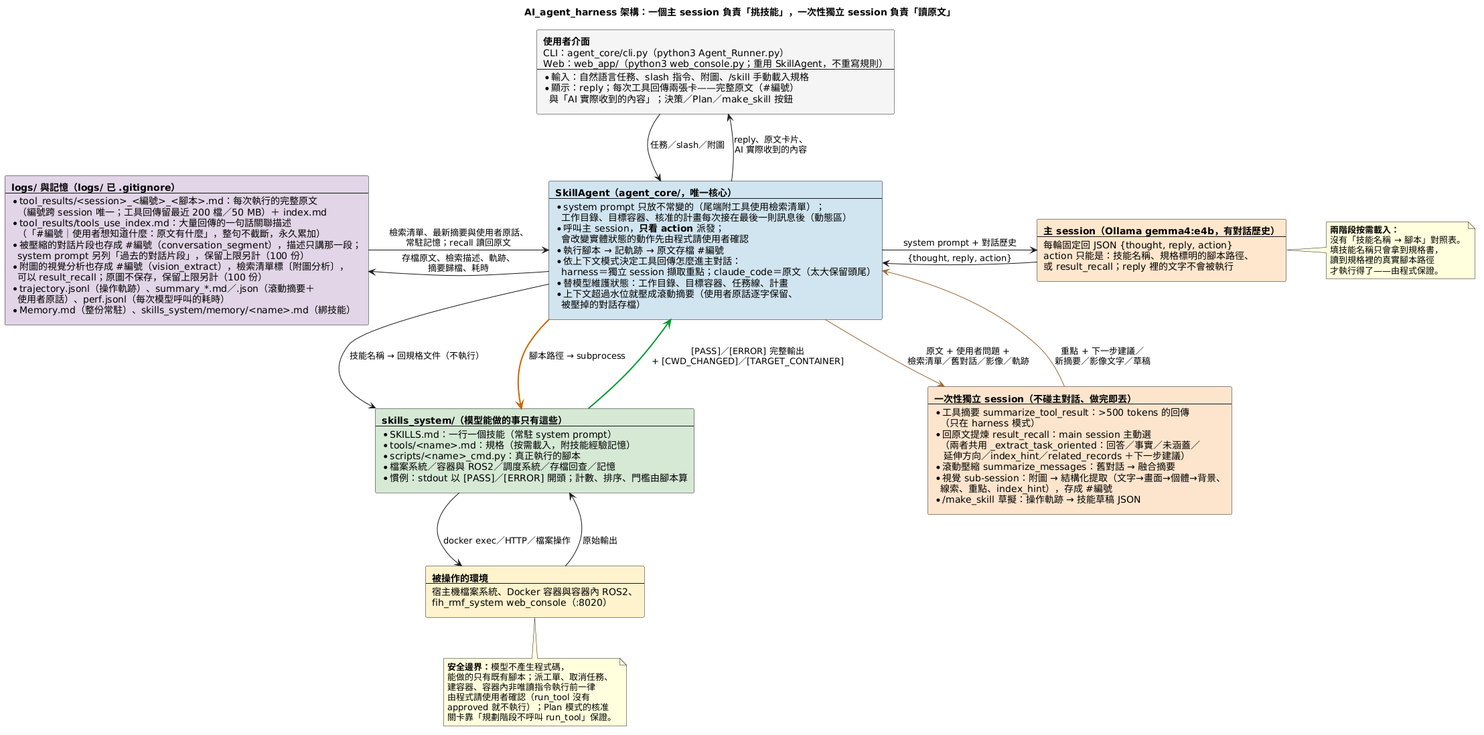
The PlantUML diagram doc/images/AI_agent_harness的說明.png in DavidZox/AI_agent_harness, before a commit.
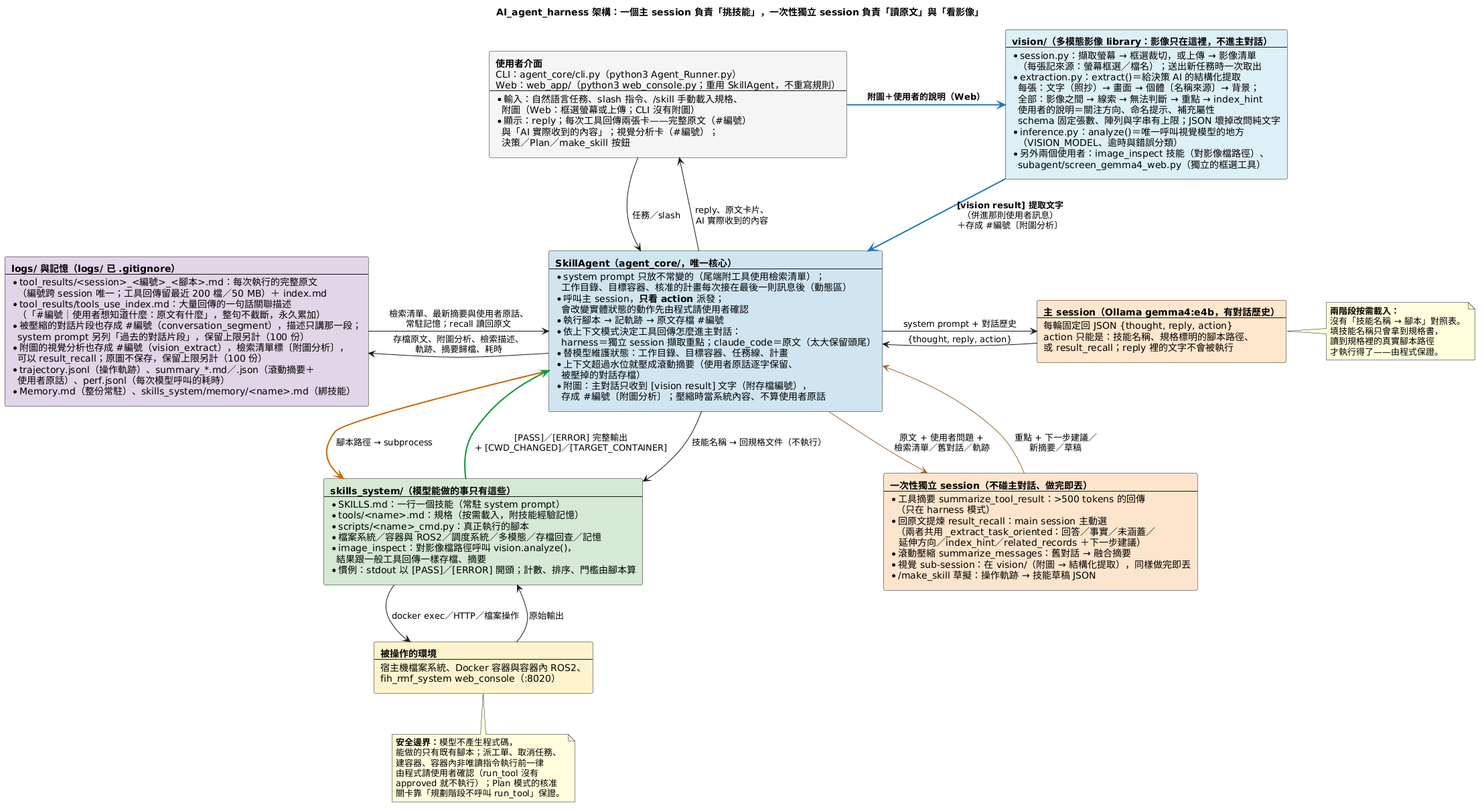
After the change.

The edit, as a diff of the source:
```diff
@@ -5,16 +5,34 @@
 skinparam shadowing false
 skinparam defaultFontName "Microsoft JhengHei"
 
-title AI_agent_harness 架構：一個主 session 負責「挑技能」，一次性獨立 session 負責「讀原文」
+title AI_agent_harness 架構：一個主 session 負責「挑技能」，一次性獨立 session 負責「讀原文」與「看影像」
 
 rectangle NodeUser #F5F5F5 [
   **使用者介面**
   CLI：agent_core/cli.py（python3 Agent_Runner.py）
   Web：web_app/（python3 web_console.py；重用 SkillAgent，不重寫規則）
   ----
-  * 輸入：自然語言任務、slash 指令、附圖、/skill 手動載入規格
+  * 輸入：自然語言任務、slash 指令、/skill 手動載入規格、
+    附圖（Web：框選螢幕或上傳；CLI 沒有附圖）
   * 顯示：reply；每次工具回傳兩張卡——完整原文（#編號）
-    與「AI 實際收到的內容」；決策／Plan／make_skill 按鈕
+    與「AI 實際收到的內容」；視覺分析卡（#編號）；
+    決策／Plan／make_skill 按鈕
+]
+
+rectangle NodeVision #DDEEF6 [
+  **vision/（多模態影像 library：影像只在這裡，不進主對話）**
+  ----
+  * session.py：擷取螢幕 → 框選裁切，或上傳 → 影像清單
+    （每張記來源：螢幕框選／檔名）；送出新任務時一次取出
+  * extraction.py：extract()＝給決策 AI 的結構化提取
+    每張：文字（照抄）→ 畫面 → 個體〔名稱來源〕→ 背景；
+    全部：影像之間 → 線索 → 無法判斷 → 重點 → index_hint
+    使用者的說明＝關注方向、命名提示、補充屬性
+    schema 固定張數、陣列與字串有上限；JSON 壞掉改問純文字
+  * inference.py：analyze()＝唯一呼叫視覺模型的地方
+    （VISION_MODEL、逾時與錯誤分類）
+  * 另外兩個使用者：image_inspect 技能（對影像檔路徑）、
+    subagent/screen_gemma4_web.py（獨立的框選工具）
 ]
 
 rectangle NodeAgent #D1E5F0 [
@@ -30,6 +48,8 @@
   * 替模型維護狀態：工作目錄、目標容器、任務線、計畫
   * 上下文超過水位就壓成滾動摘要（使用者原話逐字保留、
     被壓掉的對話存檔）
+  * 附圖：主對話只收到 [vision result] 文字（附存檔編號），
+    存成 #編號〔附圖分析〕；壓縮時當系統內容、不算使用者原話
 ]
 
 rectangle NodeLLM #FFE6CC [
@@ -49,8 +69,7 @@
     （兩者共用 _extract_task_oriented：回答／事實／未涵蓋／
      延伸方向／index_hint／related_records ＋下一步建議）
   * 滾動壓縮 summarize_messages：舊對話 → 融合摘要
-  * 視覺 sub-session：附圖 → 結構化提取（文字→畫面→個體→背景、
-    線索、重點、index_hint），存成 #編號
+  * 視覺 sub-session：在 vision/（附圖 → 結構化提取），同樣做完即丟
   * /make_skill 草擬：操作軌跡 → 技能草稿 JSON
 ]
 
@@ -60,7 +79,9 @@
   * SKILLS.md：一行一個技能（常駐 system prompt）
   * tools/<name>.md：規格（按需載入，附技能經驗記憶）
   * scripts/<name>_cmd.py：真正執行的腳本
-  * 檔案系統／容器與 ROS2／調度系統／存檔回查／記憶
+  * 檔案系統／容器與 ROS2／調度系統／多模態／存檔回查／記憶
+  * image_inspect：對影像檔路徑呼叫 vision.analyze()，
+    結果跟一般工具回傳一樣存檔、摘要
   * 慣例：stdout 以 [PASS]／[ERROR] 開頭；計數、排序、門檻由腳本算
 ]
 
@@ -87,20 +108,23 @@
   * Memory.md（整份常駐）、skills_system/memory/<name>.md（綁技能）
 ]
 
-NodeUser -down-> NodeAgent : 任務／slash／附圖
+NodeUser -down-> NodeAgent : 任務／slash
 NodeAgent -up-> NodeUser : reply、原文卡片、\nAI 實際收到的內容
 NodeAgent -right-> NodeLLM : system prompt + 對話歷史
 NodeLLM -left-> NodeAgent : {thought, reply, action}
-NodeAgent -[#996633]right-> NodeSub : 原文 + 使用者問題 +\n檢索清單／舊對話／影像／軌跡
-NodeSub -[#996633]left-> NodeAgent : 重點 + 下一步建議／\n新摘要／影像文字／草稿
+NodeAgent -[#996633]right-> NodeSub : 原文 + 使用者問題 +\n檢索清單／舊對話／軌跡
+NodeSub -[#996633]left-> NodeAgent : 重點 + 下一步建議／\n新摘要／草稿
+NodeUser -[#1F77B4,bold]right-> NodeVision : **附圖＋使用者的說明（Web）**
+NodeVision -[#1F77B4,bold]down-> NodeAgent : **[vision result] 提取文字**\n（併進那則使用者訊息）\n＋存成 #編號〔附圖分析〕
 NodeAgent -down-> NodeSkills : 技能名稱 → 回規格文件（不執行）
 NodeAgent -[#CC6600,bold]down-> NodeSkills : 腳本路徑 → subprocess
 NodeSkills -down-> NodeWorld : docker exec／HTTP／檔案操作
 NodeWorld -up-> NodeSkills : 原始輸出
 NodeSkills -[#009933,bold]up-> NodeAgent : [PASS]／[ERROR] 完整輸出\n+ [CWD_CHANGED]／[TARGET_CONTAINER]
-NodeAgent -left-> NodeStore : 存檔原文、檢索描述、軌跡、\n摘要歸檔、耗時
+NodeAgent -left-> NodeStore : 存檔原文、附圖分析、檢索描述、\n軌跡、摘要歸檔、耗時
 NodeStore -right-> NodeAgent : 檢索清單、最新摘要與使用者原話、\n常駐記憶；recall 讀回原文
 NodeLLM -[hidden]down-> NodeSub
+NodeVision -[hidden]down-> NodeLLM
 
 note right of NodeLLM
   **兩階段按需載入：**
```
